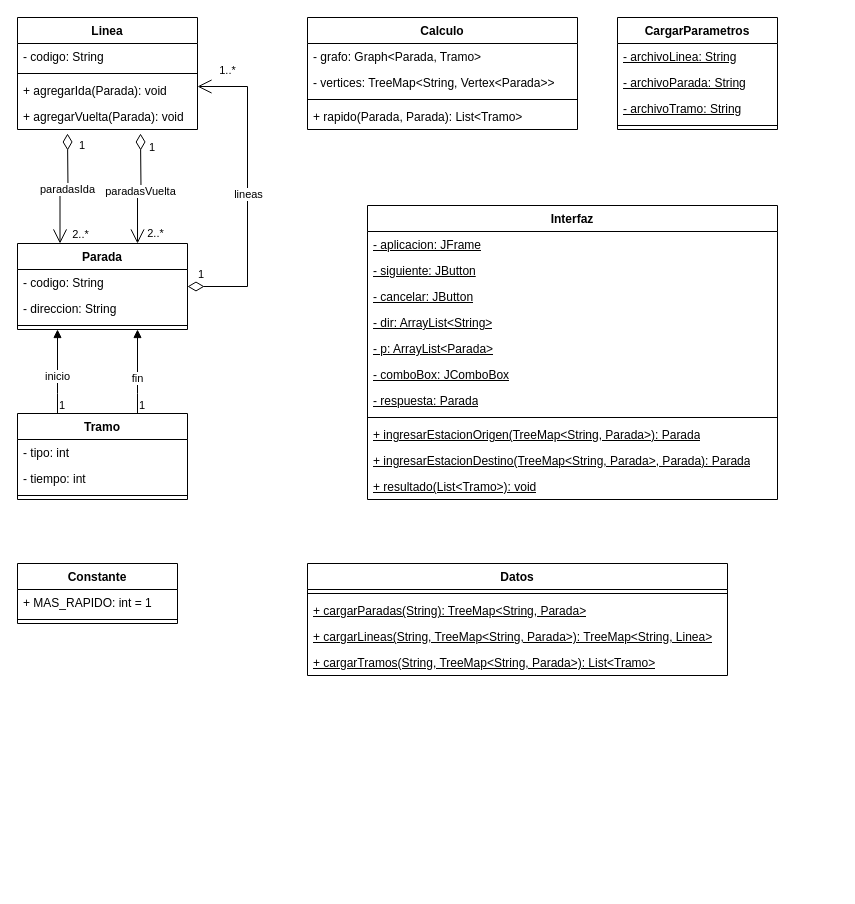
The draw.io diagram UML.drawio in maccden/ISFPP-POO-Velasquez-Casteglione, before the edit. Source tidied: cells renumbered, new cells numbered last; positions are measured from the earlier drawing's top-left corner, leaving out a move shared by most shapes. Both pictures are drawn from the tidied source at 100%, with x=0, y=0 at pixel (17, 17).
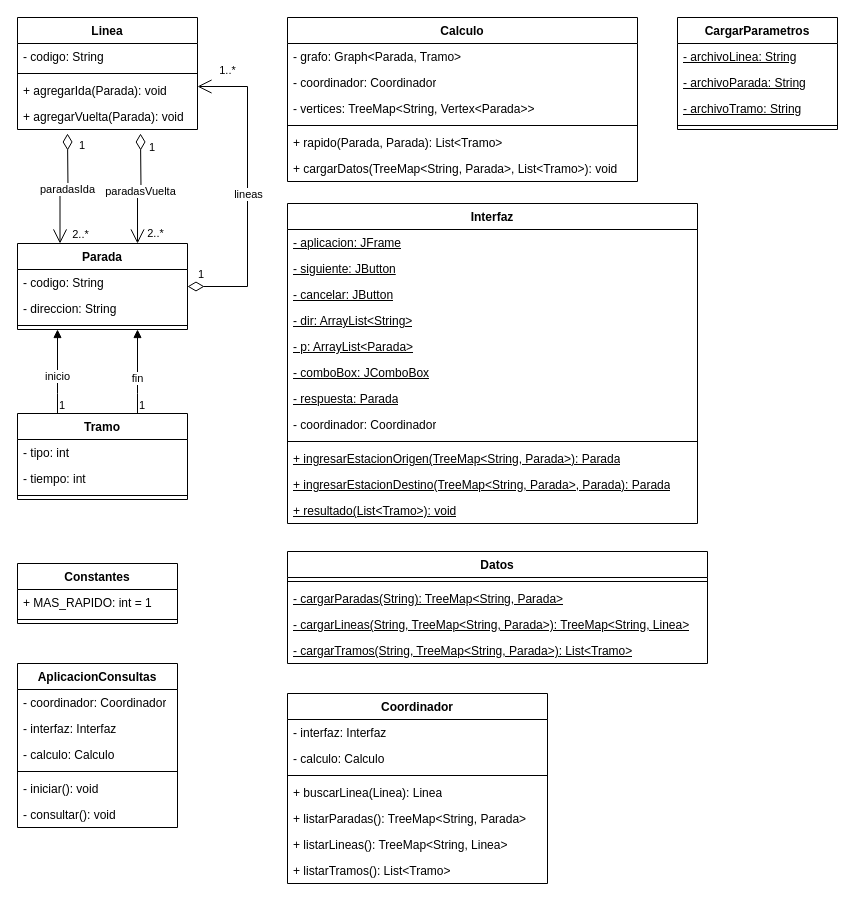
The same diagram, later.

The edit, as a diff of the source:
```diff
@@
     <mxCell id="30" value="Calculo" style="swimlane;fontStyle=1;align=center;verticalAlign=top;horizontal=1;startSize=26;whiteSpace=wrap;html=1;" parent="1" vertex="1">
-      <mxGeometry x="290" width="270" height="112" as="geometry" />
+      <mxGeometry x="270" width="350" height="164" as="geometry" />
     </mxCell>
     <mxCell id="31" value="- grafo: Graph&amp;lt;Parada, Tramo&amp;gt;" style="text;strokeColor=none;fillColor=none;align=left;verticalAlign=top;spacingLeft=4;spacingRight=4;overflow=hidden;whiteSpace=wrap;html=1;" parent="30" vertex="1">
-      <mxGeometry y="26" width="270" height="26" as="geometry" />
+      <mxGeometry y="26" width="350" height="26" as="geometry" />
     </mxCell>
+    <mxCell id="60" value="- coordinador: Coordinador" style="text;strokeColor=none;fillColor=none;align=left;verticalAlign=top;spacingLeft=4;spacingRight=4;overflow=hidden;whiteSpace=wrap;html=1;" parent="30" vertex="1">
+      <mxGeometry y="52" width="350" height="26" as="geometry" />
+    </mxCell>
     <mxCell id="32" value="- vertices: TreeMap&amp;lt;String, Vertex&amp;lt;Parada&amp;gt;&amp;gt;" style="text;strokeColor=none;fillColor=none;align=left;verticalAlign=top;spacingLeft=4;spacingRight=4;overflow=hidden;whiteSpace=wrap;html=1;" parent="30" vertex="1">
-      <mxGeometry y="52" width="270" height="26" as="geometry" />
+      <mxGeometry y="78" width="350" height="26" as="geometry" />
     </mxCell>
     <mxCell id="33" style="line;strokeWidth=1;fillColor=none;align=left;verticalAlign=middle;spacingTop=-1;spacingLeft=3;spacingRight=3;labelPosition=right;strokeColor=inherit;" parent="30" vertex="1">
-      <mxGeometry y="78" width="270" height="8" as="geometry" />
+      <mxGeometry y="104" width="350" height="8" as="geometry" />
     </mxCell>
     <mxCell id="34" value="+ rapido(Parada, Parada): List&amp;lt;Tramo&amp;gt;" style="text;strokeColor=none;fillColor=none;align=left;verticalAlign=top;spacingLeft=4;spacingRight=4;overflow=hidden;whiteSpace=wrap;html=1;" parent="30" vertex="1">
-      <mxGeometry y="86" width="270" height="26" as="geometry" />
+      <mxGeometry y="112" width="350" height="26" as="geometry" />
     </mxCell>
+    <mxCell id="61" value="+ cargarDatos(TreeMap&amp;lt;String, Parada&amp;gt;, List&amp;lt;Tramo&amp;gt;): void" style="text;strokeColor=none;fillColor=none;align=left;verticalAlign=top;spacingLeft=4;spacingRight=4;overflow=hidden;whiteSpace=wrap;html=1;" parent="30" vertex="1">
+      <mxGeometry y="138" width="350" height="26" as="geometry" />
+    </mxCell>
     <mxCell id="35" value="Interfaz" style="swimlane;fontStyle=1;align=center;verticalAlign=top;horizontal=1;startSize=26;whiteSpace=wrap;html=1;" parent="1" vertex="1">
-      <mxGeometry x="350" y="188" width="410" height="294" as="geometry" />
+      <mxGeometry x="270" y="186" width="410" height="320" as="geometry" />
     </mxCell>
@@
+    <mxCell id="62" value="- coordinador: Coordinador" style="text;strokeColor=none;fillColor=none;align=left;verticalAlign=top;spacingLeft=4;spacingRight=4;overflow=hidden;whiteSpace=wrap;html=1;" parent="35" vertex="1">
+      <mxGeometry y="208" width="410" height="26" as="geometry" />
+    </mxCell>
     <mxCell id="43" style="line;strokeWidth=1;fillColor=none;align=left;verticalAlign=middle;spacingTop=-1;spacingLeft=3;spacingRight=3;labelPosition=right;strokeColor=inherit;" parent="35" vertex="1">
-      <mxGeometry y="208" width="410" height="8" as="geometry" />
+      <mxGeometry y="234" width="410" height="8" as="geometry" />
     </mxCell>
     <mxCell id="44" value="&lt;u&gt;+&amp;nbsp;ingresarEstacionOrigen(TreeMap&amp;lt;String, Parada&amp;gt;): Parada&lt;/u&gt;" style="text;strokeColor=none;fillColor=none;align=left;verticalAlign=top;spacingLeft=4;spacingRight=4;overflow=hidden;whiteSpace=wrap;html=1;" parent="35" vertex="1">
-      <mxGeometry y="216" width="410" height="26" as="geometry" />
+      <mxGeometry y="242" width="410" height="26" as="geometry" />
     </mxCell>
     <mxCell id="45" value="&lt;u&gt;+&amp;nbsp;ingresarEstacionDestino(TreeMap&amp;lt;String, Parada&amp;gt;, Parada): Parada&lt;/u&gt;" style="text;strokeColor=none;fillColor=none;align=left;verticalAlign=top;spacingLeft=4;spacingRight=4;overflow=hidden;whiteSpace=wrap;html=1;" parent="35" vertex="1">
-      <mxGeometry y="242" width="410" height="26" as="geometry" />
+      <mxGeometry y="268" width="410" height="26" as="geometry" />
     </mxCell>
     <mxCell id="46" value="&lt;u&gt;+&amp;nbsp;resultado(List&amp;lt;Tramo&amp;gt;): void&lt;/u&gt;" style="text;strokeColor=none;fillColor=none;align=left;verticalAlign=top;spacingLeft=4;spacingRight=4;overflow=hidden;whiteSpace=wrap;html=1;" parent="35" vertex="1">
-      <mxGeometry y="268" width="410" height="26" as="geometry" />
+      <mxGeometry y="294" width="410" height="26" as="geometry" />
     </mxCell>
     <mxCell id="47" value="Datos" style="swimlane;fontStyle=1;align=center;verticalAlign=top;horizontal=1;startSize=26;whiteSpace=wrap;html=1;" parent="1" vertex="1">
-      <mxGeometry x="290" y="546" width="420" height="112" as="geometry" />
+      <mxGeometry x="270" y="534" width="420" height="112" as="geometry" />
     </mxCell>
@@
-    <mxCell id="49" value="&lt;u&gt;+&amp;nbsp;cargarParadas(String): TreeMap&amp;lt;String, Parada&amp;gt;&lt;/u&gt;" style="text;strokeColor=none;fillColor=none;align=left;verticalAlign=top;spacingLeft=4;spacingRight=4;overflow=hidden;whiteSpace=wrap;html=1;" parent="47" vertex="1">
+    <mxCell id="49" value="&lt;u&gt;- cargarParadas(String): TreeMap&amp;lt;String, Parada&amp;gt;&lt;/u&gt;" style="text;strokeColor=none;fillColor=none;align=left;verticalAlign=top;spacingLeft=4;spacingRight=4;overflow=hidden;whiteSpace=wrap;html=1;" parent="47" vertex="1">
       <mxGeometry y="34" width="420" height="26" as="geometry" />
     </mxCell>
-    <mxCell id="50" value="&lt;u&gt;+&amp;nbsp;cargarLineas(String, TreeMap&amp;lt;String, Parada&amp;gt;): TreeMap&amp;lt;String, Linea&amp;gt;&lt;/u&gt;" style="text;strokeColor=none;fillColor=none;align=left;verticalAlign=top;spacingLeft=4;spacingRight=4;overflow=hidden;whiteSpace=wrap;html=1;" parent="47" vertex="1">
+    <mxCell id="50" value="&lt;u&gt;- cargarLineas(String, TreeMap&amp;lt;String, Parada&amp;gt;): TreeMap&amp;lt;String, Linea&amp;gt;&lt;/u&gt;" style="text;strokeColor=none;fillColor=none;align=left;verticalAlign=top;spacingLeft=4;spacingRight=4;overflow=hidden;whiteSpace=wrap;html=1;" parent="47" vertex="1">
       <mxGeometry y="60" width="420" height="26" as="geometry" />
     </mxCell>
-    <mxCell id="51" value="&lt;u&gt;+&amp;nbsp;cargarTramos(String, TreeMap&amp;lt;String, Parada&amp;gt;): List&amp;lt;Tramo&amp;gt;&lt;/u&gt;" style="text;strokeColor=none;fillColor=none;align=left;verticalAlign=top;spacingLeft=4;spacingRight=4;overflow=hidden;whiteSpace=wrap;html=1;" parent="47" vertex="1">
+    <mxCell id="51" value="&lt;u&gt;- cargarTramos(String, TreeMap&amp;lt;String, Parada&amp;gt;): List&amp;lt;Tramo&amp;gt;&lt;/u&gt;" style="text;strokeColor=none;fillColor=none;align=left;verticalAlign=top;spacingLeft=4;spacingRight=4;overflow=hidden;whiteSpace=wrap;html=1;" parent="47" vertex="1">
       <mxGeometry y="86" width="420" height="26" as="geometry" />
     </mxCell>
     <mxCell id="52" value="CargarParametros" style="swimlane;fontStyle=1;align=center;verticalAlign=top;horizontal=1;startSize=26;whiteSpace=wrap;html=1;" parent="1" vertex="1">
-      <mxGeometry x="600" width="160" height="112" as="geometry" />
+      <mxGeometry x="660" width="160" height="112" as="geometry" />
     </mxCell>
@@
-    <mxCell id="57" value="Constante" style="swimlane;fontStyle=1;align=center;verticalAlign=top;horizontal=1;startSize=26;whiteSpace=wrap;html=1;" parent="1" vertex="1">
+    <mxCell id="57" value="Constantes" style="swimlane;fontStyle=1;align=center;verticalAlign=top;horizontal=1;startSize=26;whiteSpace=wrap;html=1;" parent="1" vertex="1">
       <mxGeometry y="546" width="160" height="60" as="geometry" />
     </mxCell>
@@
+    <mxCell id="63" value="AplicacionConsultas" style="swimlane;fontStyle=1;align=center;verticalAlign=top;horizontal=1;startSize=26;whiteSpace=wrap;html=1;" parent="1" vertex="1">
+      <mxGeometry y="646" width="160" height="164" as="geometry" />
+    </mxCell>
+    <mxCell id="64" value="- coordinador: Coordinador" style="text;strokeColor=none;fillColor=none;align=left;verticalAlign=top;spacingLeft=4;spacingRight=4;overflow=hidden;whiteSpace=wrap;html=1;" parent="63" vertex="1">
+      <mxGeometry y="26" width="160" height="26" as="geometry" />
+    </mxCell>
+    <mxCell id="65" value="- interfaz: Interfaz" style="text;strokeColor=none;fillColor=none;align=left;verticalAlign=top;spacingLeft=4;spacingRight=4;overflow=hidden;whiteSpace=wrap;html=1;" parent="63" vertex="1">
+      <mxGeometry y="52" width="160" height="26" as="geometry" />
+    </mxCell>
+    <mxCell id="66" value="- calculo: Calculo" style="text;strokeColor=none;fillColor=none;align=left;verticalAlign=top;spacingLeft=4;spacingRight=4;overflow=hidden;whiteSpace=wrap;html=1;" parent="63" vertex="1">
+      <mxGeometry y="78" width="160" height="26" as="geometry" />
+    </mxCell>
+    <mxCell id="67" style="line;strokeWidth=1;fillColor=none;align=left;verticalAlign=middle;spacingTop=-1;spacingLeft=3;spacingRight=3;labelPosition=right;strokeColor=inherit;" parent="63" vertex="1">
+      <mxGeometry y="104" width="160" height="8" as="geometry" />
+    </mxCell>
+    <mxCell id="68" value="- iniciar(): void" style="text;strokeColor=none;fillColor=none;align=left;verticalAlign=top;spacingLeft=4;spacingRight=4;overflow=hidden;whiteSpace=wrap;html=1;" parent="63" vertex="1">
+      <mxGeometry y="112" width="160" height="26" as="geometry" />
+    </mxCell>
+    <mxCell id="69" value="- consultar(): void" style="text;strokeColor=none;fillColor=none;align=left;verticalAlign=top;spacingLeft=4;spacingRight=4;overflow=hidden;whiteSpace=wrap;html=1;" parent="63" vertex="1">
+      <mxGeometry y="138" width="160" height="26" as="geometry" />
+    </mxCell>
+    <mxCell id="70" value="Coordinador" style="swimlane;fontStyle=1;align=center;verticalAlign=top;horizontal=1;startSize=26;whiteSpace=wrap;html=1;" parent="1" vertex="1">
+      <mxGeometry x="270" y="676" width="260" height="190" as="geometry" />
+    </mxCell>
+    <mxCell id="71" value="- interfaz: Interfaz" style="text;strokeColor=none;fillColor=none;align=left;verticalAlign=top;spacingLeft=4;spacingRight=4;overflow=hidden;whiteSpace=wrap;html=1;" parent="70" vertex="1">
+      <mxGeometry y="26" width="260" height="26" as="geometry" />
+    </mxCell>
+    <mxCell id="72" value="- calculo: Calculo" style="text;strokeColor=none;fillColor=none;align=left;verticalAlign=top;spacingLeft=4;spacingRight=4;overflow=hidden;whiteSpace=wrap;html=1;" parent="70" vertex="1">
+      <mxGeometry y="52" width="260" height="26" as="geometry" />
+    </mxCell>
+    <mxCell id="73" style="line;strokeWidth=1;fillColor=none;align=left;verticalAlign=middle;spacingTop=-1;spacingLeft=3;spacingRight=3;labelPosition=right;strokeColor=inherit;" parent="70" vertex="1">
+      <mxGeometry y="78" width="260" height="8" as="geometry" />
+    </mxCell>
+    <mxCell id="74" value="+&amp;nbsp;buscarLinea(Linea): Linea" style="text;strokeColor=none;fillColor=none;align=left;verticalAlign=top;spacingLeft=4;spacingRight=4;overflow=hidden;whiteSpace=wrap;html=1;" parent="70" vertex="1">
+      <mxGeometry y="86" width="260" height="26" as="geometry" />
+    </mxCell>
+    <mxCell id="75" value="+&amp;nbsp;listarParadas(): TreeMap&amp;lt;String, Parada&amp;gt;" style="text;strokeColor=none;fillColor=none;align=left;verticalAlign=top;spacingLeft=4;spacingRight=4;overflow=hidden;whiteSpace=wrap;html=1;" parent="70" vertex="1">
+      <mxGeometry y="112" width="260" height="26" as="geometry" />
+    </mxCell>
+    <mxCell id="76" value="+ listarLineas(): TreeMap&amp;lt;String, Linea&amp;gt;" style="text;strokeColor=none;fillColor=none;align=left;verticalAlign=top;spacingLeft=4;spacingRight=4;overflow=hidden;whiteSpace=wrap;html=1;" parent="70" vertex="1">
+      <mxGeometry y="138" width="260" height="26" as="geometry" />
+    </mxCell>
+    <mxCell id="77" value="+ listarTramos(): List&amp;lt;Tramo&amp;gt;" style="text;strokeColor=none;fillColor=none;align=left;verticalAlign=top;spacingLeft=4;spacingRight=4;overflow=hidden;whiteSpace=wrap;html=1;" parent="70" vertex="1">
+      <mxGeometry y="164" width="260" height="26" as="geometry" />
+    </mxCell>
```
